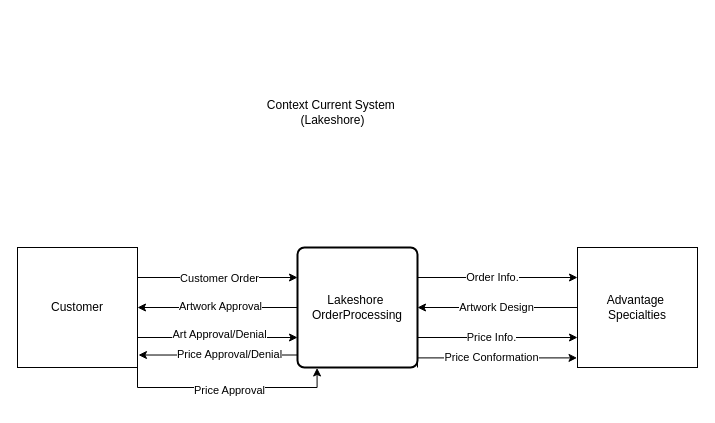
The draw.io diagram Untitled Diagram.drawio in LuisCerdaGomez/LuisCerdaGomez, before the edit. Source tidied: cells renumbered, new cells numbered last; positions are measured from the earlier drawing's top-left corner, leaving out a move shared by most shapes. Both pictures are drawn from the tidied source at 100%, with x=0, y=0 at pixel (17, 92).
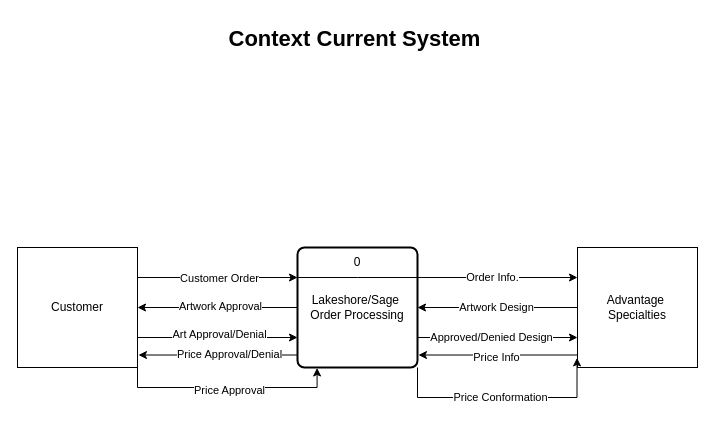
Above is the later version.

Unchanged cells that the change refers to:
```xml
<mxCell id="11" style="edgeStyle=orthogonalEdgeStyle;rounded=0;jettySize=auto;html=1;exitX=1;exitY=0.75;exitDx=0;exitDy=0;entryX=0;entryY=0.75;entryDx=0;entryDy=0;" parent="1" edge="1" source="13" target="16">
  <mxGeometry relative="1" as="geometry" />
</mxCell>
<mxCell id="16" value="Advantage&amp;nbsp;&lt;div&gt;Specialties&lt;/div&gt;" style="whiteSpace=wrap;html=1;" parent="1" vertex="1">
  <mxGeometry x="560" y="155" width="120" height="120" as="geometry" />
</mxCell>
```

What changed in the source:
```diff
@@
-    <mxCell id="12" value="Price Info." style="edgeLabel;html=1;align=center;verticalAlign=middle;" parent="11" vertex="1">
+    <mxCell id="12" value="Approved/Denied Design" style="edgeLabel;html=1;align=center;verticalAlign=middle;" parent="11" vertex="1">
       <mxGeometry x="-0.09" y="1" relative="1" as="geometry" />
     </mxCell>
-    <mxCell id="13" value="Lakeshore&amp;nbsp;&lt;div&gt;OrderProcessing&lt;/div&gt;" style="rounded=1;whiteSpace=wrap;html=1;absoluteArcSize=1;arcSize=14;strokeWidth=2;" parent="1" vertex="1">
+    <mxCell id="13" value="Lakeshore/Sage&amp;nbsp;&lt;div&gt;Order Processing&lt;/div&gt;" style="rounded=1;whiteSpace=wrap;html=1;absoluteArcSize=1;arcSize=14;strokeWidth=2;" parent="1" vertex="1">
       <mxGeometry x="280" y="155" width="120" height="120" as="geometry" />
     </mxCell>
@@
-    <mxCell id="17" value="Context Current System&amp;nbsp;&lt;div&gt;(Lakeshore)&lt;/div&gt;" style="text;html=1;align=center;verticalAlign=middle;strokeColor=none;fillColor=none;" parent="1" vertex="1">
-      <mxGeometry x="240" width="150" height="40" as="geometry" />
+    <mxCell id="17" value="&lt;font style=&quot;font-size: 22px;&quot;&gt;&lt;b&gt;Context Current System&amp;nbsp;&lt;/b&gt;&lt;/font&gt;&lt;div style=&quot;font-size: 22px;&quot;&gt;&lt;br&gt;&lt;/div&gt;" style="text;html=1;align=center;verticalAlign=middle;strokeColor=none;fillColor=none;" parent="1" vertex="1">
+      <mxGeometry x="200" y="-75" width="280" height="70" as="geometry" />
     </mxCell>
@@
     <mxCell id="22" style="edgeStyle=orthogonalEdgeStyle;rounded=0;jettySize=auto;html=1;exitX=1;exitY=1;exitDx=0;exitDy=0;entryX=-0.004;entryY=0.92;entryDx=0;entryDy=0;entryPerimeter=0;" parent="1" edge="1" source="13" target="16">
       <mxGeometry relative="1" as="geometry">
         <Array as="points">
-          <mxPoint x="400" y="265" />
+          <mxPoint x="400" y="305" />
+          <mxPoint x="559" y="305" />
         </Array>
       </mxGeometry>
     </mxCell>
@@
+    <mxCell id="24" style="edgeStyle=orthogonalEdgeStyle;rounded=0;jettySize=auto;html=1;exitX=0;exitY=0.75;exitDx=0;exitDy=0;entryX=1.008;entryY=0.896;entryDx=0;entryDy=0;entryPerimeter=0;" parent="1" edge="1" source="16" target="13">
+      <mxGeometry relative="1" as="geometry">
+        <Array as="points">
+          <mxPoint x="560" y="263" />
+        </Array>
+      </mxGeometry>
+    </mxCell>
+    <mxCell id="25" value="Price Info" style="edgeLabel;html=1;align=center;verticalAlign=middle;" parent="24" vertex="1">
+      <mxGeometry x="0.13" y="2" relative="1" as="geometry">
+        <mxPoint x="1" as="offset" />
+      </mxGeometry>
+    </mxCell>
+    <mxCell id="26" value="0" style="text;html=1;align=center;verticalAlign=middle;whiteSpace=wrap;rounded=0;" parent="1" vertex="1">
+      <mxGeometry x="310" y="155" width="60" height="30" as="geometry" />
+    </mxCell>
+    <mxCell id="27" style="endArrow=none;html=1;rounded=0;exitX=1;exitY=0.25;exitDx=0;exitDy=0;entryX=0;entryY=0.25;entryDx=0;entryDy=0;" parent="1" edge="1" source="13" target="13">
+      <mxGeometry relative="1" as="geometry">
+        <Array as="points">
+          <mxPoint x="340" y="185" />
+        </Array>
+      </mxGeometry>
+    </mxCell>
```
